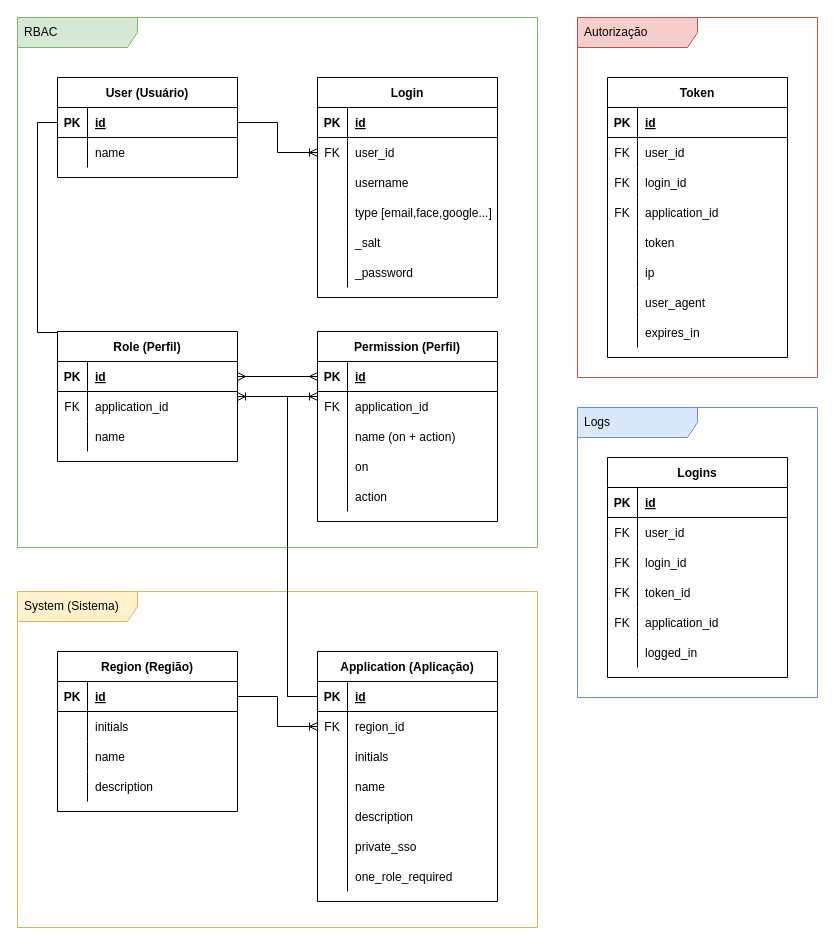
Earlier version of the draw.io diagram docs/diagramas/database.drawio (thalamusfiles/iam). Source tidied: cells renumbered, new cells numbered last; positions are measured from the earlier drawing's top-left corner, leaving out a move shared by most shapes. Both pictures are drawn from the tidied source at 100%, with x=0, y=0 at pixel (17, 17).
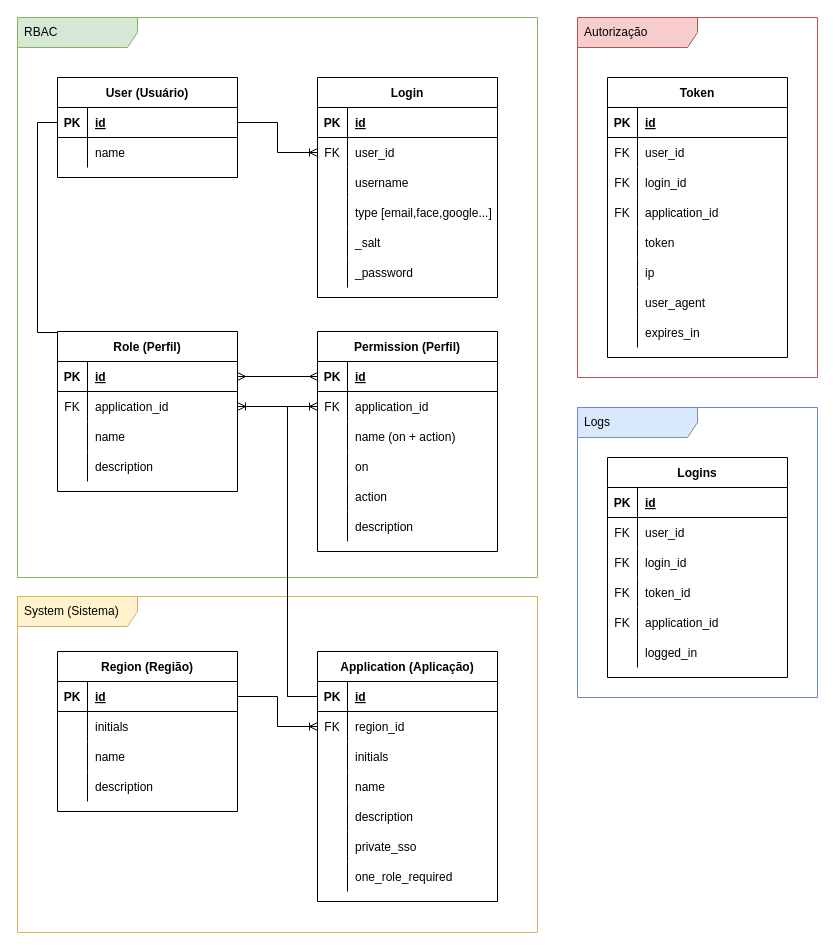
The same diagram, later.

The change refers to these unchanged cells:
```xml
<mxCell id="16" style="shape=tableRow;horizontal=0;startSize=0;swimlaneHead=0;swimlaneBody=0;fillColor=none;points=[[0,0.5],[1,0.5]];portConstraint=eastwest;top=0;left=0;right=0;bottom=0;" parent="12" vertex="1">
  <mxGeometry y="60" width="180" height="30" as="geometry" />
</mxCell>
<mxCell id="27" style="shape=tableRow;horizontal=0;startSize=0;swimlaneHead=0;swimlaneBody=0;fillColor=none;points=[[0,0.5],[1,0.5]];portConstraint=eastwest;top=0;left=0;right=0;bottom=0;" parent="23" vertex="1">
  <mxGeometry y="60" width="180" height="30" as="geometry" />
</mxCell>
<mxCell id="54" style="shape=tableRow;horizontal=0;startSize=0;swimlaneHead=0;swimlaneBody=0;fillColor=none;points=[[0,0.5],[1,0.5]];portConstraint=eastwest;top=0;left=0;right=0;bottom=1;" parent="53" vertex="1">
  <mxGeometry y="30" width="180" height="30" as="geometry" />
</mxCell>
```

Diff of the diagram source:
```diff
@@
     <mxCell id="2" value="RBAC" style="shape=umlFrame;whiteSpace=wrap;html=1;width=120;height=30;boundedLbl=1;verticalAlign=middle;align=left;spacingLeft=5;fillColor=#d5e8d4;strokeColor=#82b366;swimlaneFillColor=default;" parent="1" vertex="1">
-      <mxGeometry width="520" height="530" as="geometry" />
+      <mxGeometry width="520" height="560" as="geometry" />
     </mxCell>
@@
     <mxCell id="12" value="Role (Perfil)" style="shape=table;startSize=30;childLayout=tableLayout;rowLines=0;fontStyle=1;align=center;" parent="1" vertex="1">
-      <mxGeometry x="40" y="314" width="180" height="130" as="geometry" />
+      <mxGeometry x="40" y="314" width="180" height="160" as="geometry" />
     </mxCell>
@@
+    <mxCell id="143" style="shape=tableRow;horizontal=0;startSize=0;swimlaneHead=0;swimlaneBody=0;fillColor=none;top=0;left=0;right=0;bottom=0;" parent="12" vertex="1">
+      <mxGeometry y="120" width="180" height="30" as="geometry" />
+    </mxCell>
+    <mxCell id="144" style="shape=partialRectangle;fillColor=none;top=0;left=0;bottom=0;right=0;overflow=hidden;" parent="143" vertex="1">
+      <mxGeometry width="30" height="30" as="geometry" />
+    </mxCell>
+    <mxCell id="145" value="description" style="shape=partialRectangle;fillColor=none;top=0;left=0;bottom=0;right=0;align=left;spacingLeft=6;overflow=hidden;" parent="143" vertex="1">
+      <mxGeometry x="30" width="150" height="30" as="geometry" />
+    </mxCell>
     <mxCell id="22" value="System (Sistema)" style="shape=umlFrame;whiteSpace=wrap;html=1;width=120;height=30;boundedLbl=1;verticalAlign=middle;align=left;spacingLeft=5;fillColor=#fff2cc;strokeColor=#d6b656;swimlaneFillColor=default;" parent="1" vertex="1">
-      <mxGeometry y="574" width="520" height="336" as="geometry" />
+      <mxGeometry y="579" width="520" height="336" as="geometry" />
     </mxCell>
     <mxCell id="23" value="Permission (Perfil)" style="shape=table;startSize=30;childLayout=tableLayout;rowLines=0;fontStyle=1;align=center;" parent="1" vertex="1">
-      <mxGeometry x="300" y="314" width="180" height="190" as="geometry" />
+      <mxGeometry x="300" y="314" width="180" height="220" as="geometry" />
     </mxCell>
@@
+    <mxCell id="146" style="shape=tableRow;horizontal=0;startSize=0;swimlaneHead=0;swimlaneBody=0;fillColor=none;top=0;left=0;right=0;bottom=0;" parent="23" vertex="1">
+      <mxGeometry y="180" width="180" height="30" as="geometry" />
+    </mxCell>
+    <mxCell id="147" style="shape=partialRectangle;fillColor=none;top=0;left=0;bottom=0;right=0;overflow=hidden;" parent="146" vertex="1">
+      <mxGeometry width="30" height="30" as="geometry" />
+    </mxCell>
+    <mxCell id="148" value="description" style="shape=partialRectangle;fillColor=none;top=0;left=0;bottom=0;right=0;align=left;spacingLeft=6;overflow=hidden;" parent="146" vertex="1">
+      <mxGeometry x="30" width="150" height="30" as="geometry" />
+    </mxCell>
@@
     <mxCell id="76" style="edgeStyle=orthogonalEdgeStyle;rounded=0;jettySize=auto;html=1;endArrow=ERoneToMany;endFill=0;" parent="1" edge="1" source="54" target="27">
       <mxGeometry relative="1" as="geometry">
         <Array as="points">
           <mxPoint x="270" y="679" />
-          <mxPoint x="270" y="379" />
+          <mxPoint x="270" y="389" />
         </Array>
       </mxGeometry>
     </mxCell>
     <mxCell id="77" style="edgeStyle=orthogonalEdgeStyle;rounded=0;jettySize=auto;html=1;endArrow=ERoneToMany;endFill=0;" parent="1" edge="1" source="54" target="16">
       <mxGeometry relative="1" as="geometry">
         <Array as="points">
           <mxPoint x="270" y="679" />
-          <mxPoint x="270" y="379" />
+          <mxPoint x="270" y="389" />
         </Array>
       </mxGeometry>
     </mxCell>
```
